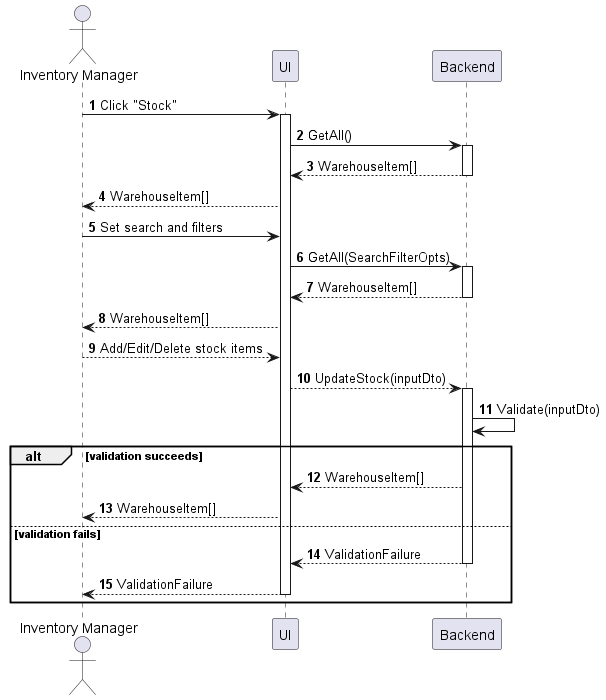
phihungha/scmss-reqs keeps this PlantUML diagram as sequences/inventory-stock-manage.png. Above is the earlier version.
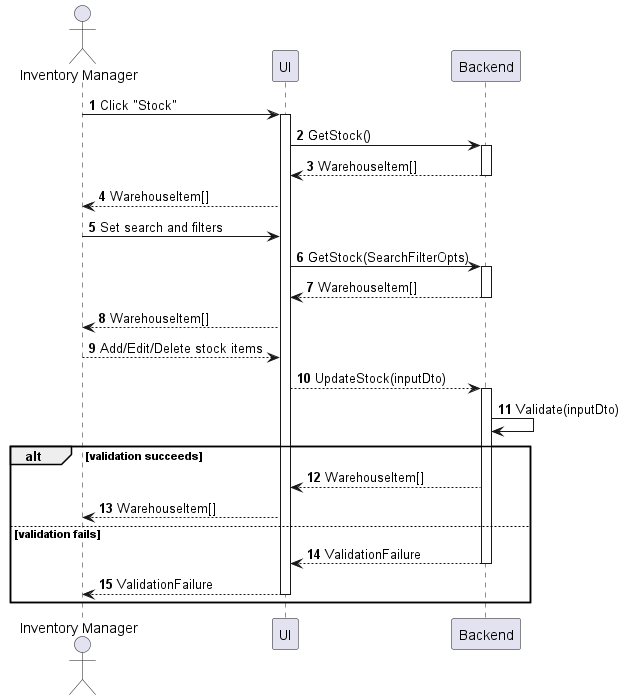
The same file after the commit.

Change to the diagram source:
```diff
@@ -7,12 +7,12 @@
 
 a -> f : Click "Stock"
 activate f
-f -> b : GetAll()
+f -> b : GetStock()
 activate b
 return WarehouseItem[]
 f --> a : WarehouseItem[]
 a -> f : Set search and filters
-f -> b : GetAll(SearchFilterOpts)
+f -> b : GetStock(SearchFilterOpts)
 activate b
 return WarehouseItem[]
 f --> a : WarehouseItem[]
```
